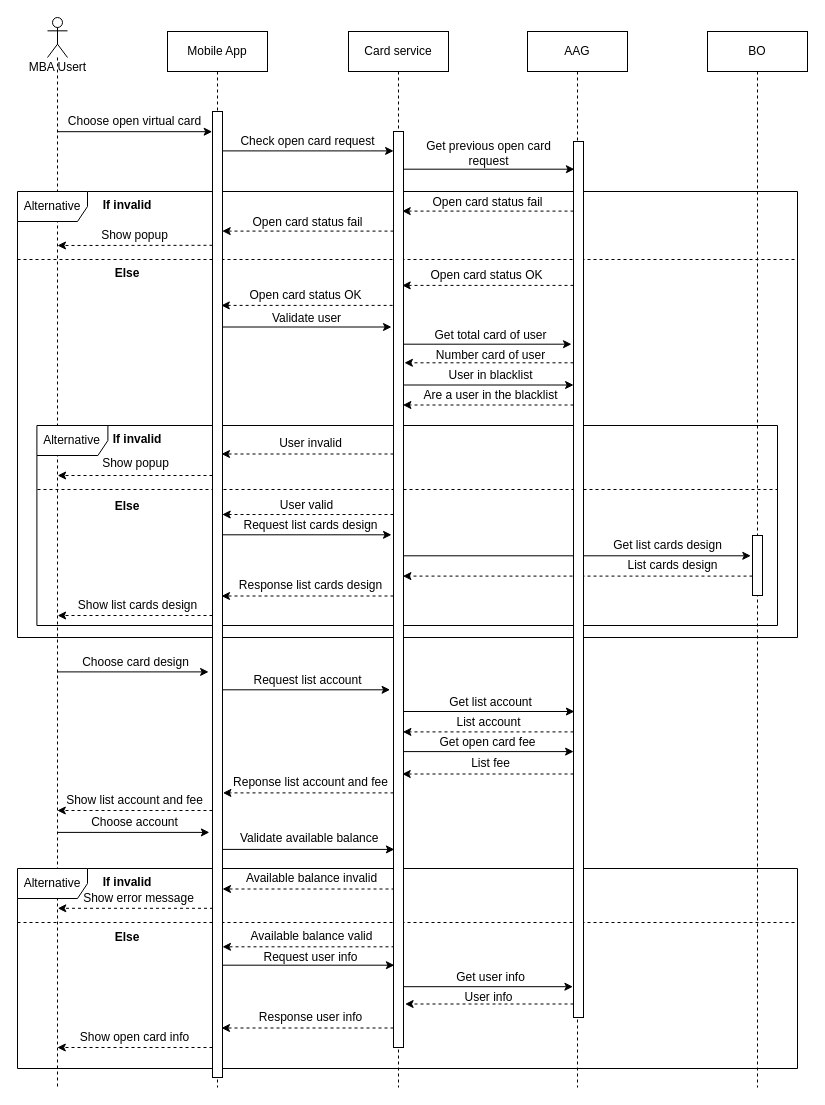
The draw.io diagram page "Open-card" (2 of 12) of Sequence Diagram.drawio in lyminh1994/diagram, before the edit. Source tidied: cells renumbered, new cells numbered last; positions are measured from the earlier drawing's top-left corner, leaving out a move shared by most shapes. Both pictures are drawn from the tidied source at 100%, with x=0, y=0 at pixel (17, 17).
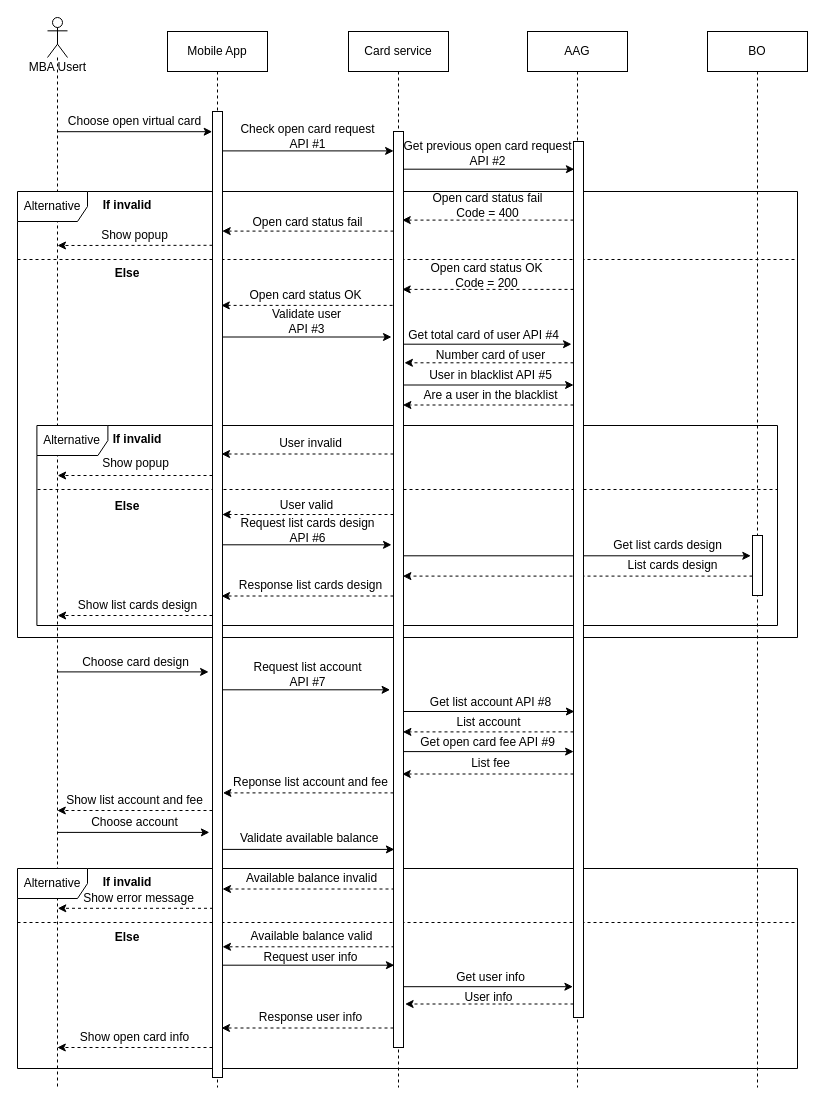
After the change.

Change to the diagram source:
```diff
@@
-    <mxCell id="9" value="Get list account" style="text;html=1;align=center;verticalAlign=middle;strokeColor=none;fontSize=12;" parent="1" vertex="1">
-      <mxGeometry x="423.4" y="675" width="100" height="20" as="geometry" />
+    <mxCell id="9" value="Get list account API #8" style="text;html=1;align=center;verticalAlign=middle;strokeColor=none;fontSize=12;" parent="1" vertex="1">
+      <mxGeometry x="403.4" y="675" width="140" height="20" as="geometry" />
     </mxCell>
-    <mxCell id="10" value="Request list account" style="text;html=1;align=center;verticalAlign=middle;strokeColor=none;fontSize=12;" parent="1" vertex="1">
-      <mxGeometry x="229.5" y="653" width="120" height="20" as="geometry" />
+    <mxCell id="10" value="Request list account&lt;br&gt;API #7" style="text;html=1;align=center;verticalAlign=middle;strokeColor=none;fontSize=12;" parent="1" vertex="1">
+      <mxGeometry x="229.5" y="642" width="120" height="30" as="geometry" />
     </mxCell>
@@
-    <mxCell id="17" value="Get open card fee" style="text;html=1;align=center;verticalAlign=middle;strokeColor=none;fontSize=12;" parent="1" vertex="1">
-      <mxGeometry x="414.5" y="715" width="110" height="20" as="geometry" />
+    <mxCell id="17" value="Get open card fee API #9" style="text;html=1;align=center;verticalAlign=middle;strokeColor=none;fontSize=12;" parent="1" vertex="1">
+      <mxGeometry x="394.5" y="715" width="150" height="20" as="geometry" />
     </mxCell>
@@
-    <mxCell id="24" value="Validate user" style="text;html=1;align=center;verticalAlign=middle;strokeColor=none;fontSize=12;" parent="1" vertex="1">
-      <mxGeometry x="249.4" y="291" width="80" height="20" as="geometry" />
+    <mxCell id="24" value="Validate user&lt;br&gt;API #3" style="text;html=1;align=center;verticalAlign=middle;strokeColor=none;fontSize=12;" parent="1" vertex="1">
+      <mxGeometry x="249.4" y="289" width="80" height="30" as="geometry" />
     </mxCell>
-    <mxCell id="25" value="Get total card of user" style="text;html=1;align=center;verticalAlign=middle;strokeColor=none;fontSize=12;" parent="1" vertex="1">
-      <mxGeometry x="408.4" y="308" width="130" height="20" as="geometry" />
+    <mxCell id="25" value="Get total card of user API #4" style="text;html=1;align=center;verticalAlign=middle;strokeColor=none;fontSize=12;" parent="1" vertex="1">
+      <mxGeometry x="381.4" y="308" width="170" height="20" as="geometry" />
     </mxCell>
@@
-    <mxCell id="27" value="User in blacklist" style="text;html=1;align=center;verticalAlign=middle;strokeColor=none;fontSize=12;" parent="1" vertex="1">
-      <mxGeometry x="422.9" y="348" width="100" height="20" as="geometry" />
+    <mxCell id="27" value="User in blacklist API #5" style="text;html=1;align=center;verticalAlign=middle;strokeColor=none;fontSize=12;" parent="1" vertex="1">
+      <mxGeometry x="402.9" y="348" width="140" height="20" as="geometry" />
     </mxCell>
@@
-    <mxCell id="33" value="Check open card request" style="text;html=1;align=center;verticalAlign=middle;strokeColor=none;fontSize=12;" parent="1" vertex="1">
-      <mxGeometry x="214.5" y="114" width="150" height="20" as="geometry" />
+    <mxCell id="33" value="Check open card request&lt;br&gt;API #1" style="text;html=1;align=center;verticalAlign=middle;strokeColor=none;fontSize=12;" parent="1" vertex="1">
+      <mxGeometry x="214.5" y="104" width="150" height="30" as="geometry" />
     </mxCell>
-    <mxCell id="34" value="Get previous open card&lt;br&gt;request" style="text;html=1;align=center;verticalAlign=middle;strokeColor=none;fontSize=12;" parent="1" vertex="1">
-      <mxGeometry x="401" y="121" width="140" height="30" as="geometry" />
+    <mxCell id="34" value="Get previous open card request&lt;br&gt;API #2" style="text;html=1;align=center;verticalAlign=middle;strokeColor=none;fontSize=12;" parent="1" vertex="1">
+      <mxGeometry x="380" y="121" width="180" height="30" as="geometry" />
     </mxCell>
@@
-    <mxCell id="36" value="Open card status fail" style="text;html=1;align=center;verticalAlign=middle;strokeColor=none;fontSize=12;" parent="1" vertex="1">
-      <mxGeometry x="404.5" y="175" width="130" height="20" as="geometry" />
+    <mxCell id="36" value="Open card status fail&lt;br&gt;Code = 400" style="text;html=1;align=center;verticalAlign=middle;strokeColor=none;fontSize=12;" parent="1" vertex="1">
+      <mxGeometry x="404.5" y="173" width="130" height="30" as="geometry" />
     </mxCell>
-    <mxCell id="37" value="Request list cards design" style="text;html=1;align=center;verticalAlign=middle;strokeColor=none;fontSize=12;" parent="1" vertex="1">
-      <mxGeometry x="218.1" y="498" width="150" height="20" as="geometry" />
+    <mxCell id="37" value="Request list cards design&lt;br&gt;API #6" style="text;html=1;align=center;verticalAlign=middle;strokeColor=none;fontSize=12;" parent="1" vertex="1">
+      <mxGeometry x="215.1" y="498" width="150" height="30" as="geometry" />
     </mxCell>
-    <mxCell id="38" value="Open card status OK" style="text;html=1;align=center;verticalAlign=middle;strokeColor=none;fontSize=12;" parent="1" vertex="1">
-      <mxGeometry x="404.4" y="248" width="130" height="20" as="geometry" />
+    <mxCell id="38" value="Open card status OK&lt;br&gt;Code = 200" style="text;html=1;align=center;verticalAlign=middle;strokeColor=none;fontSize=12;" parent="1" vertex="1">
+      <mxGeometry x="404.4" y="243" width="130" height="30" as="geometry" />
     </mxCell>
@@
     <mxCell id="42" style="edgeStyle=none;rounded=0;orthogonalLoop=1;jettySize=auto;html=1;entryX=-0.2;entryY=0.245;entryDx=0;entryDy=0;entryPerimeter=0;fontSize=12;" parent="1" edge="1">
       <mxGeometry relative="1" as="geometry">
-        <mxPoint x="205" y="309.5" as="sourcePoint" />
-        <mxPoint x="374" y="309.5" as="targetPoint" />
+        <mxPoint x="205" y="319.5" as="sourcePoint" />
+        <mxPoint x="374" y="319.5" as="targetPoint" />
       </mxGeometry>
     </mxCell>
     <mxCell id="43" style="edgeStyle=none;rounded=0;orthogonalLoop=1;jettySize=auto;html=1;entryX=-0.2;entryY=0.493;entryDx=0;entryDy=0;entryPerimeter=0;fontSize=12;" parent="1" edge="1">
       <mxGeometry relative="1" as="geometry">
-        <mxPoint x="205" y="517.3" as="sourcePoint" />
-        <mxPoint x="374" y="517.3" as="targetPoint" />
+        <mxPoint x="205" y="527.3" as="sourcePoint" />
+        <mxPoint x="374" y="527.3" as="targetPoint" />
       </mxGeometry>
     </mxCell>
@@
     <mxCell id="50" style="edgeStyle=none;rounded=0;orthogonalLoop=1;jettySize=auto;html=1;entryX=0.971;entryY=0.165;entryDx=0;entryDy=0;entryPerimeter=0;dashed=1;fontSize=12;" parent="1" edge="1">
       <mxGeometry relative="1" as="geometry">
-        <mxPoint x="556" y="193.6" as="sourcePoint" />
-        <mxPoint x="384.7" y="193.6" as="targetPoint" />
+        <mxPoint x="556" y="202.6" as="sourcePoint" />
+        <mxPoint x="384.7" y="202.6" as="targetPoint" />
       </mxGeometry>
     </mxCell>
     <mxCell id="51" style="edgeStyle=none;rounded=0;orthogonalLoop=1;jettySize=auto;html=1;entryX=0.971;entryY=0.238;entryDx=0;entryDy=0;entryPerimeter=0;dashed=1;fontSize=12;" parent="1" edge="1">
       <mxGeometry relative="1" as="geometry">
-        <mxPoint x="556" y="267.9" as="sourcePoint" />
-        <mxPoint x="384.7" y="267.9" as="targetPoint" />
+        <mxPoint x="556" y="271.9" as="sourcePoint" />
+        <mxPoint x="384.7" y="271.9" as="targetPoint" />
       </mxGeometry>
     </mxCell>
```
